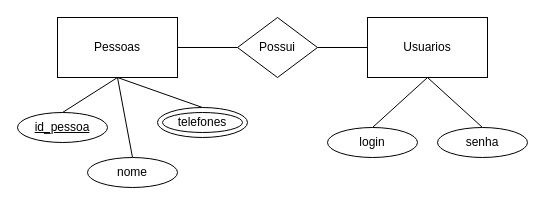
Earlier version of the draw.io diagram Aulas2020/Aula13/usuarios.drawio (wellifabio/senai2020). Source tidied: cells renumbered, new cells numbered last; positions are measured from the earlier drawing's top-left corner, leaving out a move shared by most shapes. Both pictures are drawn from the tidied source at 100%, with x=0, y=0 at pixel (17, 17).
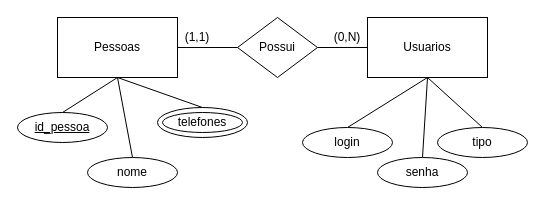
The same page after the edit.

Unchanged cells that the change refers to:
```xml
<mxCell id="3" value="Usuarios" style="rounded=0;whiteSpace=wrap;html=1;" parent="1" vertex="1">
  <mxGeometry x="350" width="120" height="60" as="geometry" />
</mxCell>
```

The edit, as a diff of the source:
```diff
@@
+    <mxCell id="18" style="rounded=0;jettySize=auto;html=1;exitX=0.5;exitY=1;exitDx=0;exitDy=0;entryX=0.5;entryY=0;entryDx=0;entryDy=0;endArrow=none;endFill=0;" parent="1" edge="1" source="3" target="21">
+      <mxGeometry relative="1" as="geometry" />
+    </mxCell>
@@
     <mxCell id="15" value="login" style="ellipse;whiteSpace=wrap;html=1;" parent="1" vertex="1">
-      <mxGeometry x="310" y="110" width="90" height="30" as="geometry" />
+      <mxGeometry x="285" y="110" width="90" height="30" as="geometry" />
     </mxCell>
@@
     <mxCell id="17" value="senha" style="ellipse;whiteSpace=wrap;html=1;" parent="1" vertex="1">
-      <mxGeometry x="420" y="110" width="90" height="30" as="geometry" />
+      <mxGeometry x="360" y="140" width="90" height="30" as="geometry" />
     </mxCell>
+    <mxCell id="19" value="(1,1)" style="text;html=1;strokeColor=none;fillColor=none;align=center;verticalAlign=middle;whiteSpace=wrap;rounded=0;" parent="1" vertex="1">
+      <mxGeometry x="160" y="10" width="40" height="20" as="geometry" />
+    </mxCell>
+    <mxCell id="20" value="(0,N)" style="text;html=1;strokeColor=none;fillColor=none;align=center;verticalAlign=middle;whiteSpace=wrap;rounded=0;" parent="1" vertex="1">
+      <mxGeometry x="310" y="10" width="40" height="20" as="geometry" />
+    </mxCell>
+    <mxCell id="21" value="tipo" style="ellipse;whiteSpace=wrap;html=1;" parent="1" vertex="1">
+      <mxGeometry x="420" y="110" width="90" height="30" as="geometry" />
+    </mxCell>
```
